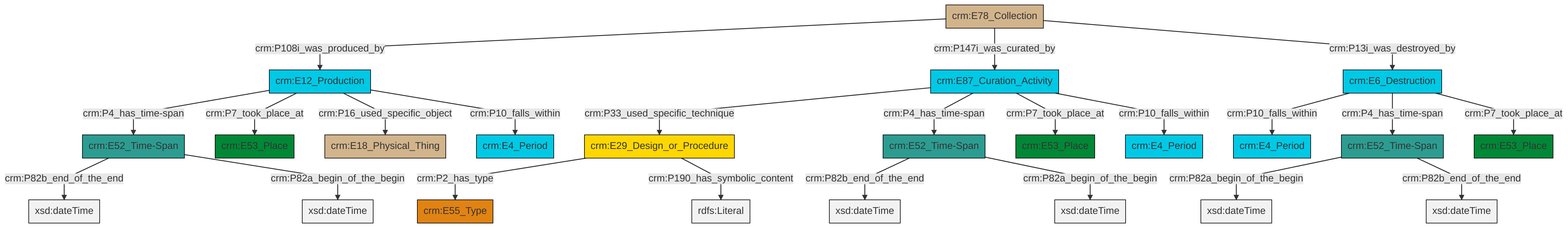
Above: et/archivalCSV/ttl/mmd/png/archival_existence.png in swiss-art-research-net/docs.swissartresearch (Mermaid), before the change. Its source is kept beside it as et/archivalCSV/ttl/mmd/archival_existence.ttl.mmd.
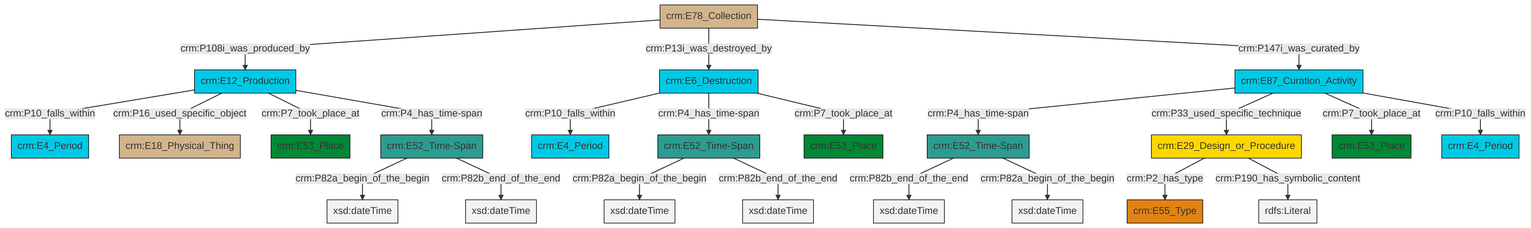
After the commit.

What changed in the source:
```diff
@@ -13,25 +13,25 @@
 classDef PC_Classes fill:#4ce600, stroke:#000000;
 classDef Multi fill:#cccccc,stroke:#000000;
 
-0["crm:E12_Production"]:::Temporal_Entity -->|crm:P4_has_time-span| 1["crm:E52_Time-Span"]:::Time-Span
-1["crm:E52_Time-Span"]:::Time-Span -->|crm:P82b_end_of_the_end| 4[xsd:dateTime]:::Literal
-0["crm:E12_Production"]:::Temporal_Entity -->|crm:P7_took_place_at| 7["crm:E53_Place"]:::Place
-8["crm:E52_Time-Span"]:::Time-Span -->|crm:P82a_begin_of_the_begin| 9[xsd:dateTime]:::Literal
-10["crm:E87_Curation_Activity"]:::Temporal_Entity -->|crm:P33_used_specific_technique| 11["crm:E29_Design_or_Procedure"]:::Conceptual_Object
-12["crm:E6_Destruction"]:::Temporal_Entity -->|crm:P10_falls_within| 13["crm:E4_Period"]:::Temporal_Entity
-10["crm:E87_Curation_Activity"]:::Temporal_Entity -->|crm:P4_has_time-span| 16["crm:E52_Time-Span"]:::Time-Span
-17["crm:E78_Collection"]:::Physical_Thing -->|crm:P108i_was_produced_by| 0["crm:E12_Production"]:::Temporal_Entity
-16["crm:E52_Time-Span"]:::Time-Span -->|crm:P82b_end_of_the_end| 19[xsd:dateTime]:::Literal
-12["crm:E6_Destruction"]:::Temporal_Entity -->|crm:P4_has_time-span| 8["crm:E52_Time-Span"]:::Time-Span
-10["crm:E87_Curation_Activity"]:::Temporal_Entity -->|crm:P7_took_place_at| 5["crm:E53_Place"]:::Place
-0["crm:E12_Production"]:::Temporal_Entity -->|crm:P16_used_specific_object| 22["crm:E18_Physical_Thing"]:::Physical_Thing
-8["crm:E52_Time-Span"]:::Time-Span -->|crm:P82b_end_of_the_end| 27[xsd:dateTime]:::Literal
-11["crm:E29_Design_or_Procedure"]:::Conceptual_Object -->|crm:P2_has_type| 14["crm:E55_Type"]:::Type
-11["crm:E29_Design_or_Procedure"]:::Conceptual_Object -->|crm:P190_has_symbolic_content| 33[rdfs:Literal]:::Literal
-12["crm:E6_Destruction"]:::Temporal_Entity -->|crm:P7_took_place_at| 23["crm:E53_Place"]:::Place
-1["crm:E52_Time-Span"]:::Time-Span -->|crm:P82a_begin_of_the_begin| 34[xsd:dateTime]:::Literal
-17["crm:E78_Collection"]:::Physical_Thing -->|crm:P147i_was_curated_by| 10["crm:E87_Curation_Activity"]:::Temporal_Entity
-10["crm:E87_Curation_Activity"]:::Temporal_Entity -->|crm:P10_falls_within| 31["crm:E4_Period"]:::Temporal_Entity
-17["crm:E78_Collection"]:::Physical_Thing -->|crm:P13i_was_destroyed_by| 12["crm:E6_Destruction"]:::Temporal_Entity
-0["crm:E12_Production"]:::Temporal_Entity -->|crm:P10_falls_within| 2["crm:E4_Period"]:::Temporal_Entity
-16["crm:E52_Time-Span"]:::Time-Span -->|crm:P82a_begin_of_the_begin| 38[xsd:dateTime]:::Literal
+2["crm:E52_Time-Span"]:::Time-Span -->|crm:P82a_begin_of_the_begin| 3[xsd:dateTime]:::Literal
+6["crm:E87_Curation_Activity"]:::Temporal_Entity -->|crm:P4_has_time-span| 7["crm:E52_Time-Span"]:::Time-Span
+6["crm:E87_Curation_Activity"]:::Temporal_Entity -->|crm:P33_used_specific_technique| 11["crm:E29_Design_or_Procedure"]:::Conceptual_Object
+19["crm:E78_Collection"]:::Physical_Thing -->|crm:P108i_was_produced_by| 0["crm:E12_Production"]:::Temporal_Entity
+6["crm:E87_Curation_Activity"]:::Temporal_Entity -->|crm:P7_took_place_at| 20["crm:E53_Place"]:::Place
+0["crm:E12_Production"]:::Temporal_Entity -->|crm:P10_falls_within| 21["crm:E4_Period"]:::Temporal_Entity
+2["crm:E52_Time-Span"]:::Time-Span -->|crm:P82b_end_of_the_end| 23[xsd:dateTime]:::Literal
+0["crm:E12_Production"]:::Temporal_Entity -->|crm:P16_used_specific_object| 14["crm:E18_Physical_Thing"]:::Physical_Thing
+7["crm:E52_Time-Span"]:::Time-Span -->|crm:P82b_end_of_the_end| 24[xsd:dateTime]:::Literal
+0["crm:E12_Production"]:::Temporal_Entity -->|crm:P7_took_place_at| 25["crm:E53_Place"]:::Place
+26["crm:E52_Time-Span"]:::Time-Span -->|crm:P82a_begin_of_the_begin| 27[xsd:dateTime]:::Literal
+19["crm:E78_Collection"]:::Physical_Thing -->|crm:P13i_was_destroyed_by| 4["crm:E6_Destruction"]:::Temporal_Entity
+0["crm:E12_Production"]:::Temporal_Entity -->|crm:P4_has_time-span| 2["crm:E52_Time-Span"]:::Time-Span
+19["crm:E78_Collection"]:::Physical_Thing -->|crm:P147i_was_curated_by| 6["crm:E87_Curation_Activity"]:::Temporal_Entity
+4["crm:E6_Destruction"]:::Temporal_Entity -->|crm:P10_falls_within| 9["crm:E4_Period"]:::Temporal_Entity
+11["crm:E29_Design_or_Procedure"]:::Conceptual_Object -->|crm:P2_has_type| 17["crm:E55_Type"]:::Type
+11["crm:E29_Design_or_Procedure"]:::Conceptual_Object -->|crm:P190_has_symbolic_content| 31[rdfs:Literal]:::Literal
+4["crm:E6_Destruction"]:::Temporal_Entity -->|crm:P4_has_time-span| 26["crm:E52_Time-Span"]:::Time-Span
+6["crm:E87_Curation_Activity"]:::Temporal_Entity -->|crm:P10_falls_within| 12["crm:E4_Period"]:::Temporal_Entity
+26["crm:E52_Time-Span"]:::Time-Span -->|crm:P82b_end_of_the_end| 36[xsd:dateTime]:::Literal
+4["crm:E6_Destruction"]:::Temporal_Entity -->|crm:P7_took_place_at| 33["crm:E53_Place"]:::Place
+7["crm:E52_Time-Span"]:::Time-Span -->|crm:P82a_begin_of_the_begin| 37[xsd:dateTime]:::Literal
```
